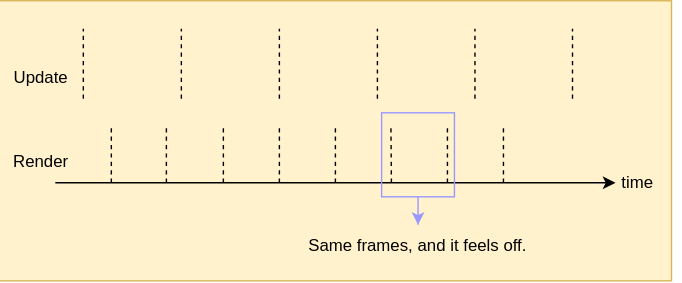
Earlier version of the draw.io export content/posts/frame-pacing/resources/timestep_1.svg (raylee9919/raylee9919.github.io). Source tidied: cells renumbered, new cells last; positions are measured from the earlier drawing's top-left corner, leaving out a move shared by most shapes.
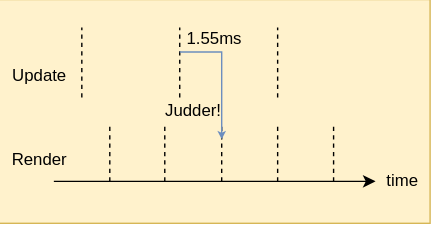
After the commit.

Change to the diagram source:
```diff
@@ -3,115 +3,84 @@
     <mxCell id="0" />
     <mxCell id="1" parent="0" />
     <mxCell id="2" style="rounded=0;whiteSpace=wrap;html=1;fillColor=#fff2cc;strokeColor=#d6b656;" parent="1" vertex="1">
-      <mxGeometry width="480" height="200" as="geometry" />
+      <mxGeometry width="309" height="160" as="geometry" />
     </mxCell>
-    <mxCell id="3" style="endArrow=classic;html=1;rounded=0;" parent="1" edge="1">
+    <mxCell id="3" style="endArrow=none;dashed=1;html=1;rounded=0;" parent="1" edge="1">
       <mxGeometry relative="1" as="geometry">
-        <mxPoint x="40" y="130" as="sourcePoint" />
-        <mxPoint x="440" y="130" as="targetPoint" />
+        <mxPoint x="80" y="130" as="sourcePoint" />
+        <mxPoint x="80" y="90" as="targetPoint" />
       </mxGeometry>
     </mxCell>
     <mxCell id="4" style="endArrow=none;dashed=1;html=1;rounded=0;" parent="1" edge="1">
       <mxGeometry relative="1" as="geometry">
-        <mxPoint x="80" y="130" as="sourcePoint" />
-        <mxPoint x="80" y="90" as="targetPoint" />
+        <mxPoint x="119.3" y="130" as="sourcePoint" />
+        <mxPoint x="119.3" y="90" as="targetPoint" />
       </mxGeometry>
     </mxCell>
     <mxCell id="5" style="endArrow=none;dashed=1;html=1;rounded=0;" parent="1" edge="1">
       <mxGeometry relative="1" as="geometry">
-        <mxPoint x="119.3" y="130" as="sourcePoint" />
-        <mxPoint x="119.3" y="90" as="targetPoint" />
+        <mxPoint x="160" y="130" as="sourcePoint" />
+        <mxPoint x="160" y="90" as="targetPoint" />
       </mxGeometry>
     </mxCell>
     <mxCell id="6" style="endArrow=none;dashed=1;html=1;rounded=0;" parent="1" edge="1">
       <mxGeometry relative="1" as="geometry">
-        <mxPoint x="160" y="130" as="sourcePoint" />
-        <mxPoint x="160" y="90" as="targetPoint" />
+        <mxPoint x="200" y="130" as="sourcePoint" />
+        <mxPoint x="200" y="90" as="targetPoint" />
       </mxGeometry>
     </mxCell>
     <mxCell id="7" style="endArrow=none;dashed=1;html=1;rounded=0;" parent="1" edge="1">
       <mxGeometry relative="1" as="geometry">
-        <mxPoint x="200" y="130" as="sourcePoint" />
-        <mxPoint x="200" y="90" as="targetPoint" />
+        <mxPoint x="240" y="130" as="sourcePoint" />
+        <mxPoint x="240" y="90" as="targetPoint" />
       </mxGeometry>
     </mxCell>
     <mxCell id="8" style="endArrow=none;dashed=1;html=1;rounded=0;" parent="1" edge="1">
       <mxGeometry relative="1" as="geometry">
-        <mxPoint x="240" y="130" as="sourcePoint" />
-        <mxPoint x="240" y="90" as="targetPoint" />
+        <mxPoint x="60" y="70" as="sourcePoint" />
+        <mxPoint x="60" y="20" as="targetPoint" />
       </mxGeometry>
     </mxCell>
     <mxCell id="9" style="endArrow=none;dashed=1;html=1;rounded=0;" parent="1" edge="1">
       <mxGeometry relative="1" as="geometry">
-        <mxPoint x="280" y="130" as="sourcePoint" />
-        <mxPoint x="279.7" y="90" as="targetPoint" />
+        <mxPoint x="130" y="70" as="sourcePoint" />
+        <mxPoint x="130" y="20" as="targetPoint" />
       </mxGeometry>
     </mxCell>
     <mxCell id="10" style="endArrow=none;dashed=1;html=1;rounded=0;" parent="1" edge="1">
       <mxGeometry relative="1" as="geometry">
-        <mxPoint x="320" y="130" as="sourcePoint" />
-        <mxPoint x="320" y="90" as="targetPoint" />
+        <mxPoint x="200" y="70" as="sourcePoint" />
+        <mxPoint x="200" y="20" as="targetPoint" />
       </mxGeometry>
     </mxCell>
-    <mxCell id="11" style="endArrow=none;dashed=1;html=1;rounded=0;" parent="1" edge="1">
-      <mxGeometry relative="1" as="geometry">
-        <mxPoint x="360" y="130" as="sourcePoint" />
-        <mxPoint x="360" y="90" as="targetPoint" />
-      </mxGeometry>
+    <mxCell id="11" value="Update" style="text;html=1;whiteSpace=wrap;strokeColor=none;fillColor=none;align=center;verticalAlign=middle;rounded=0;" parent="1" vertex="1">
+      <mxGeometry y="40" width="60" height="30" as="geometry" />
     </mxCell>
-    <mxCell id="12" style="endArrow=none;dashed=1;html=1;rounded=0;" parent="1" edge="1">
-      <mxGeometry relative="1" as="geometry">
-        <mxPoint x="60" y="70" as="sourcePoint" />
-        <mxPoint x="60" y="20" as="targetPoint" />
-      </mxGeometry>
+    <mxCell id="12" value="Render" style="text;html=1;whiteSpace=wrap;strokeColor=none;fillColor=none;align=center;verticalAlign=middle;rounded=0;" parent="1" vertex="1">
+      <mxGeometry y="100" width="60" height="30" as="geometry" />
     </mxCell>
-    <mxCell id="13" style="endArrow=none;dashed=1;html=1;rounded=0;" parent="1" edge="1">
+    <mxCell id="13" style="endArrow=classic;html=1;rounded=0;fillColor=#dae8fc;strokeColor=#6c8ebf;endSize=3;" parent="1" edge="1">
       <mxGeometry relative="1" as="geometry">
-        <mxPoint x="130" y="70" as="sourcePoint" />
-        <mxPoint x="130" y="20" as="targetPoint" />
+        <mxPoint x="130" y="37.5" as="sourcePoint" />
+        <mxPoint x="160" y="100" as="targetPoint" />
+        <Array as="points">
+          <mxPoint x="160" y="37.5" />
+        </Array>
       </mxGeometry>
     </mxCell>
-    <mxCell id="14" style="endArrow=none;dashed=1;html=1;rounded=0;" parent="1" edge="1">
-      <mxGeometry relative="1" as="geometry">
-        <mxPoint x="200" y="70" as="sourcePoint" />
-        <mxPoint x="200" y="20" as="targetPoint" />
-      </mxGeometry>
+    <mxCell id="14" value="1.55ms" style="text;html=1;whiteSpace=wrap;strokeColor=none;fillColor=none;align=center;verticalAlign=middle;rounded=0;" parent="1" vertex="1">
+      <mxGeometry x="130" y="17.5" width="50" height="20" as="geometry" />
     </mxCell>
-    <mxCell id="15" style="endArrow=none;dashed=1;html=1;rounded=0;" parent="1" edge="1">
-      <mxGeometry relative="1" as="geometry">
-        <mxPoint x="270" y="70" as="sourcePoint" />
-        <mxPoint x="270" y="20" as="targetPoint" />
-      </mxGeometry>
+    <mxCell id="15" value="Judder!" style="text;html=1;whiteSpace=wrap;strokeColor=none;fillColor=none;align=center;verticalAlign=middle;rounded=0;" parent="1" vertex="1">
+      <mxGeometry x="110" y="65" width="60" height="30" as="geometry" />
     </mxCell>
-    <mxCell id="16" style="endArrow=none;dashed=1;html=1;rounded=0;" parent="1" edge="1">
+    <mxCell id="16" style="endArrow=classic;html=1;rounded=0;" parent="1" edge="1" target="17">
       <mxGeometry relative="1" as="geometry">
-        <mxPoint x="339.7" y="70" as="sourcePoint" />
-        <mxPoint x="339.7" y="20" as="targetPoint" />
+        <mxPoint x="40" y="130" as="sourcePoint" />
       </mxGeometry>
     </mxCell>
-    <mxCell id="17" style="endArrow=none;dashed=1;html=1;rounded=0;" parent="1" edge="1">
-      <mxGeometry relative="1" as="geometry">
-        <mxPoint x="409.3" y="70" as="sourcePoint" />
-        <mxPoint x="409.3" y="20" as="targetPoint" />
-      </mxGeometry>
+    <mxCell id="17" value="time" style="text;html=1;whiteSpace=wrap;strokeColor=none;fillColor=none;align=center;verticalAlign=middle;rounded=0;" parent="1" vertex="1">
+      <mxGeometry x="270" y="115" width="39" height="30" as="geometry" />
     </mxCell>
-    <mxCell id="18" value="time" style="text;html=1;whiteSpace=wrap;strokeColor=none;fillColor=none;align=center;verticalAlign=middle;rounded=0;" parent="1" vertex="1">
-      <mxGeometry x="426" y="115" width="60" height="30" as="geometry" />
-    </mxCell>
-    <mxCell id="19" value="Update" style="text;html=1;whiteSpace=wrap;strokeColor=none;fillColor=none;align=center;verticalAlign=middle;rounded=0;" parent="1" vertex="1">
-      <mxGeometry y="40" width="60" height="30" as="geometry" />
-    </mxCell>
-    <mxCell id="20" value="Render" style="text;html=1;whiteSpace=wrap;strokeColor=none;fillColor=none;align=center;verticalAlign=middle;rounded=0;" parent="1" vertex="1">
-      <mxGeometry y="100" width="60" height="30" as="geometry" />
-    </mxCell>
-    <mxCell id="21" style="edgeStyle=orthogonalEdgeStyle;rounded=0;jettySize=auto;html=1;entryX=0.5;entryY=0;entryDx=0;entryDy=0;strokeColor=#9999FF;" parent="1" edge="1" source="22" target="23">
-      <mxGeometry relative="1" as="geometry" />
-    </mxCell>
-    <mxCell id="22" style="rounded=0;whiteSpace=wrap;html=1;fillColor=none;strokeColor=#9999FF;" parent="1" vertex="1">
-      <mxGeometry x="273" y="80" width="52" height="60" as="geometry" />
-    </mxCell>
-    <mxCell id="23" value="Same frames, and it feels off." style="text;html=1;whiteSpace=wrap;strokeColor=none;fillColor=none;align=center;verticalAlign=middle;rounded=0;" parent="1" vertex="1">
-      <mxGeometry x="194" y="160" width="210" height="30" as="geometry" />
-    </mxCell>
   </root>
 </mxGraphModel>
```
